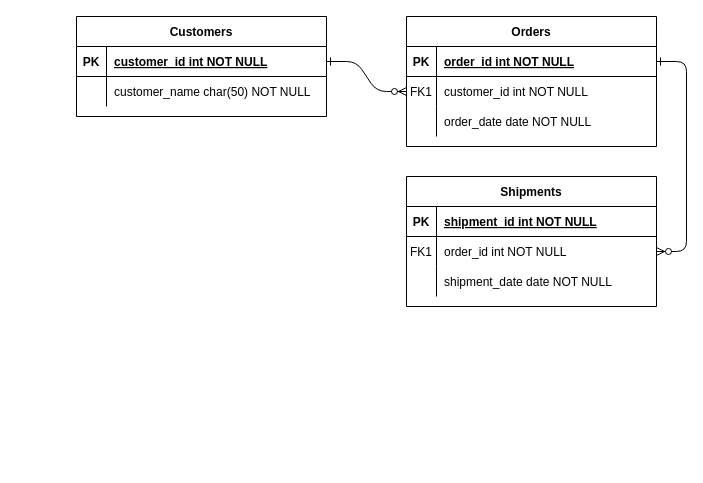
Before: bootcamp.drawio in devesh-iitism/Yahtzee, a draw.io diagram. Source tidied: cells renumbered, new cells numbered last; positions are measured from the earlier drawing's top-left corner, leaving out a move shared by most shapes. Both pictures are drawn from the tidied source at 100%, with x=0, y=0 at pixel (76, 16).
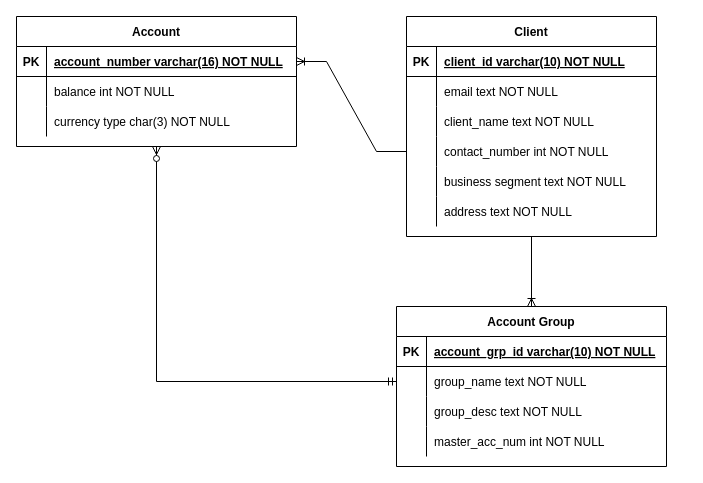
Above is the later version.

The change refers to these unchanged cells:
```xml
<mxCell id="5" style="shape=partialRectangle;fillColor=none;points=[[0,0.5],[1,0.5]];portConstraint=eastwest;top=0;left=0;right=0;bottom=1;" parent="4" vertex="1">
  <mxGeometry y="30" width="250" height="30" as="geometry" />
</mxCell>
<mxCell id="8" style="shape=partialRectangle;fillColor=none;points=[[0,0.5],[1,0.5]];portConstraint=eastwest;top=0;left=0;right=0;bottom=0;" parent="4" vertex="1">
  <mxGeometry y="60" width="250" height="30" as="geometry" />
</mxCell>
<mxCell id="11" style="shape=partialRectangle;fillColor=none;top=0;left=0;right=0;bottom=0;" parent="4" vertex="1">
  <mxGeometry y="90" width="250" height="30" as="geometry" />
</mxCell>
```

Diff of the diagram source:
```diff
@@
-    <mxCell id="2" style="edgeStyle=entityRelationEdgeStyle;endArrow=ERzeroToMany;startArrow=ERone;endFill=1;startFill=0;" parent="1" edge="1" source="25" target="8">
-      <mxGeometry relative="1" as="geometry" />
-    </mxCell>
-    <mxCell id="3" style="edgeStyle=entityRelationEdgeStyle;endArrow=ERzeroToMany;startArrow=ERone;endFill=1;startFill=0;" parent="1" edge="1" source="5" target="18">
-      <mxGeometry relative="1" as="geometry" />
-    </mxCell>
-    <mxCell id="4" value="Orders" style="shape=table;startSize=30;childLayout=tableLayout;rowLines=0;fontStyle=1;align=center;" parent="1" vertex="1">
-      <mxGeometry x="330" width="250" height="130" as="geometry" />
+    <mxCell id="4" value="Client" style="shape=table;startSize=30;childLayout=tableLayout;rowLines=0;fontStyle=1;align=center;" parent="1" vertex="1">
+      <mxGeometry x="330" width="250" height="220" as="geometry" />
     </mxCell>
@@
-    <mxCell id="7" value="order_id int NOT NULL " style="shape=partialRectangle;overflow=hidden;fillColor=none;top=0;left=0;bottom=0;right=0;align=left;spacingLeft=6;fontStyle=5;" parent="5" vertex="1">
+    <mxCell id="7" value="client_id varchar(10) NOT NULL" style="shape=partialRectangle;overflow=hidden;fillColor=none;top=0;left=0;bottom=0;right=0;align=left;spacingLeft=6;fontStyle=5;" parent="5" vertex="1">
       <mxGeometry x="30" width="220" height="30" as="geometry" />
     </mxCell>
@@
-    <mxCell id="9" value="FK1" style="shape=partialRectangle;overflow=hidden;fillColor=none;top=0;left=0;bottom=0;right=0;" parent="8" vertex="1">
+    <mxCell id="9" style="shape=partialRectangle;overflow=hidden;fillColor=none;top=0;left=0;bottom=0;right=0;" parent="8" vertex="1">
       <mxGeometry width="30" height="30" as="geometry" />
     </mxCell>
-    <mxCell id="10" value="customer_id int NOT NULL" style="shape=partialRectangle;overflow=hidden;fillColor=none;top=0;left=0;bottom=0;right=0;align=left;spacingLeft=6;" parent="8" vertex="1">
+    <mxCell id="10" value="email text NOT NULL" style="shape=partialRectangle;overflow=hidden;fillColor=none;top=0;left=0;bottom=0;right=0;align=left;spacingLeft=6;" parent="8" vertex="1">
       <mxGeometry x="30" width="220" height="30" as="geometry" />
     </mxCell>
@@
-    <mxCell id="13" value="order_date date NOT NULL" style="shape=partialRectangle;overflow=hidden;fillColor=none;top=0;left=0;bottom=0;right=0;align=left;spacingLeft=6;" parent="11" vertex="1">
+    <mxCell id="13" value="client_name text NOT NULL" style="shape=partialRectangle;overflow=hidden;fillColor=none;top=0;left=0;bottom=0;right=0;align=left;spacingLeft=6;" parent="11" vertex="1">
       <mxGeometry x="30" width="220" height="30" as="geometry" />
     </mxCell>
+    <mxCell id="31" style="shape=partialRectangle;fillColor=none;points=[[0,0.5],[1,0.5]];portConstraint=eastwest;top=0;left=0;right=0;bottom=0;" parent="4" vertex="1">
+      <mxGeometry y="120" width="250" height="30" as="geometry" />
+    </mxCell>
+    <mxCell id="32" style="shape=partialRectangle;overflow=hidden;fillColor=none;top=0;left=0;bottom=0;right=0;" parent="31" vertex="1">
+      <mxGeometry width="30" height="30" as="geometry" />
+    </mxCell>
+    <mxCell id="33" value="contact_number int NOT NULL" style="shape=partialRectangle;overflow=hidden;fillColor=none;top=0;left=0;bottom=0;right=0;align=left;spacingLeft=6;" parent="31" vertex="1">
+      <mxGeometry x="30" width="220" height="30" as="geometry" />
+    </mxCell>
+    <mxCell id="34" style="shape=partialRectangle;fillColor=none;top=0;left=0;right=0;bottom=0;" parent="4" vertex="1">
+      <mxGeometry y="150" width="250" height="30" as="geometry" />
+    </mxCell>
+    <mxCell id="35" style="shape=partialRectangle;overflow=hidden;fillColor=none;top=0;left=0;bottom=0;right=0;" parent="34" vertex="1">
+      <mxGeometry width="30" height="30" as="geometry" />
+    </mxCell>
+    <mxCell id="36" value="business segment text NOT NULL" style="shape=partialRectangle;overflow=hidden;fillColor=none;top=0;left=0;bottom=0;right=0;align=left;spacingLeft=6;" parent="34" vertex="1">
+      <mxGeometry x="30" width="220" height="30" as="geometry" />
+    </mxCell>
+    <mxCell id="37" style="shape=partialRectangle;fillColor=none;top=0;left=0;right=0;bottom=0;" parent="4" vertex="1">
+      <mxGeometry y="180" width="250" height="30" as="geometry" />
+    </mxCell>
+    <mxCell id="38" style="shape=partialRectangle;overflow=hidden;fillColor=none;top=0;left=0;bottom=0;right=0;" parent="37" vertex="1">
+      <mxGeometry width="30" height="30" as="geometry" />
+    </mxCell>
+    <mxCell id="39" value="address text NOT NULL" style="shape=partialRectangle;overflow=hidden;fillColor=none;top=0;left=0;bottom=0;right=0;align=left;spacingLeft=6;" parent="37" vertex="1">
+      <mxGeometry x="30" width="220" height="30" as="geometry" />
+    </mxCell>
-    <mxCell id="14" value="Shipments" style="shape=table;startSize=30;childLayout=tableLayout;rowLines=0;fontStyle=1;align=center;" parent="1" vertex="1">
-      <mxGeometry x="330" y="160" width="250" height="130" as="geometry" />
+    <mxCell id="14" value="Account Group" style="shape=table;startSize=30;childLayout=tableLayout;rowLines=0;fontStyle=1;align=center;" parent="1" vertex="1">
+      <mxGeometry x="320" y="290" width="270" height="160" as="geometry" />
     </mxCell>
     <mxCell id="15" style="shape=partialRectangle;fillColor=none;top=0;left=0;right=0;bottom=1;" parent="14" vertex="1">
-      <mxGeometry y="30" width="250" height="30" as="geometry" />
+      <mxGeometry y="30" width="270" height="30" as="geometry" />
     </mxCell>
@@
-    <mxCell id="17" value="shipment_id int NOT NULL " style="shape=partialRectangle;overflow=hidden;fillColor=none;top=0;left=0;bottom=0;right=0;align=left;spacingLeft=6;fontStyle=5;" parent="15" vertex="1">
-      <mxGeometry x="30" width="220" height="30" as="geometry" />
+    <mxCell id="17" value="account_grp_id varchar(10) NOT NULL" style="shape=partialRectangle;overflow=hidden;fillColor=none;top=0;left=0;bottom=0;right=0;align=left;spacingLeft=6;fontStyle=5;" parent="15" vertex="1">
+      <mxGeometry x="30" width="240" height="30" as="geometry" />
     </mxCell>
     <mxCell id="18" style="shape=partialRectangle;fillColor=none;points=[[0,0.5],[1,0.5]];portConstraint=eastwest;top=0;left=0;right=0;bottom=0;" parent="14" vertex="1">
-      <mxGeometry y="60" width="250" height="30" as="geometry" />
+      <mxGeometry y="60" width="270" height="30" as="geometry" />
     </mxCell>
-    <mxCell id="19" value="FK1" style="shape=partialRectangle;overflow=hidden;fillColor=none;top=0;left=0;bottom=0;right=0;" parent="18" vertex="1">
+    <mxCell id="19" style="shape=partialRectangle;overflow=hidden;fillColor=none;top=0;left=0;bottom=0;right=0;" parent="18" vertex="1">
       <mxGeometry width="30" height="30" as="geometry" />
     </mxCell>
-    <mxCell id="20" value="order_id int NOT NULL" style="shape=partialRectangle;overflow=hidden;fillColor=none;top=0;left=0;bottom=0;right=0;align=left;spacingLeft=6;" parent="18" vertex="1">
-      <mxGeometry x="30" width="220" height="30" as="geometry" />
+    <mxCell id="20" value="group_name text NOT NULL" style="shape=partialRectangle;overflow=hidden;fillColor=none;top=0;left=0;bottom=0;right=0;align=left;spacingLeft=6;" parent="18" vertex="1">
+      <mxGeometry x="30" width="240" height="30" as="geometry" />
     </mxCell>
     <mxCell id="21" style="shape=partialRectangle;fillColor=none;top=0;left=0;right=0;bottom=0;" parent="14" vertex="1">
-      <mxGeometry y="90" width="250" height="30" as="geometry" />
+      <mxGeometry y="90" width="270" height="30" as="geometry" />
     </mxCell>
@@
-    <mxCell id="23" value="shipment_date date NOT NULL" style="shape=partialRectangle;overflow=hidden;fillColor=none;top=0;left=0;bottom=0;right=0;align=left;spacingLeft=6;" parent="21" vertex="1">
-      <mxGeometry x="30" width="220" height="30" as="geometry" />
+    <mxCell id="23" value="group_desc text NOT NULL" style="shape=partialRectangle;overflow=hidden;fillColor=none;top=0;left=0;bottom=0;right=0;align=left;spacingLeft=6;" parent="21" vertex="1">
+      <mxGeometry x="30" width="240" height="30" as="geometry" />
     </mxCell>
+    <mxCell id="40" style="shape=partialRectangle;fillColor=none;top=0;left=0;right=0;bottom=0;" parent="14" vertex="1">
+      <mxGeometry y="120" width="270" height="30" as="geometry" />
+    </mxCell>
+    <mxCell id="41" style="shape=partialRectangle;overflow=hidden;fillColor=none;top=0;left=0;bottom=0;right=0;" parent="40" vertex="1">
+      <mxGeometry width="30" height="30" as="geometry" />
+    </mxCell>
+    <mxCell id="42" value="master_acc_num int NOT NULL" style="shape=partialRectangle;overflow=hidden;fillColor=none;top=0;left=0;bottom=0;right=0;align=left;spacingLeft=6;" parent="40" vertex="1">
+      <mxGeometry x="30" width="240" height="30" as="geometry" />
+    </mxCell>
-    <mxCell id="24" value="Customers" style="shape=table;startSize=30;childLayout=tableLayout;rowLines=0;fontStyle=1;align=center;" parent="1" vertex="1">
-      <mxGeometry width="250" height="100" as="geometry" />
+    <mxCell id="24" value="Account" style="shape=table;startSize=30;childLayout=tableLayout;rowLines=0;fontStyle=1;align=center;" parent="1" vertex="1">
+      <mxGeometry x="-60" width="280" height="130" as="geometry" />
     </mxCell>
     <mxCell id="25" style="shape=partialRectangle;fillColor=none;points=[[0,0.5],[1,0.5]];portConstraint=eastwest;top=0;left=0;right=0;bottom=1;" parent="24" vertex="1">
-      <mxGeometry y="30" width="250" height="30" as="geometry" />
+      <mxGeometry y="30" width="280" height="30" as="geometry" />
     </mxCell>
@@
-    <mxCell id="27" value="customer_id int NOT NULL " style="shape=partialRectangle;overflow=hidden;fillColor=none;top=0;left=0;bottom=0;right=0;align=left;spacingLeft=6;fontStyle=5;" parent="25" vertex="1">
-      <mxGeometry x="30" width="220" height="30" as="geometry" />
+    <mxCell id="27" value="account_number varchar(16) NOT NULL " style="shape=partialRectangle;overflow=hidden;fillColor=none;top=0;left=0;bottom=0;right=0;align=left;spacingLeft=6;fontStyle=5;" parent="25" vertex="1">
+      <mxGeometry x="30" width="250" height="30" as="geometry" />
     </mxCell>
-    <mxCell id="28" style="shape=partialRectangle;fillColor=none;top=0;left=0;right=0;bottom=0;" parent="24" vertex="1">
-      <mxGeometry y="60" width="250" height="30" as="geometry" />
-    </mxCell>
-    <mxCell id="29" style="shape=partialRectangle;overflow=hidden;fillColor=none;top=0;left=0;bottom=0;right=0;" parent="28" vertex="1">
-      <mxGeometry width="30" height="30" as="geometry" />
-    </mxCell>
-    <mxCell id="30" value="customer_name char(50) NOT NULL" style="shape=partialRectangle;overflow=hidden;fillColor=none;top=0;left=0;bottom=0;right=0;align=left;spacingLeft=6;" parent="28" vertex="1">
-      <mxGeometry x="30" width="220" height="30" as="geometry" />
-    </mxCell>
+    <mxCell id="43" style="shape=partialRectangle;fillColor=none;top=0;left=0;right=0;bottom=0;" parent="24" vertex="1">
+      <mxGeometry y="60" width="280" height="30" as="geometry" />
+    </mxCell>
+    <mxCell id="44" style="shape=partialRectangle;overflow=hidden;fillColor=none;top=0;left=0;bottom=0;right=0;" parent="43" vertex="1">
+      <mxGeometry width="30" height="30" as="geometry" />
+    </mxCell>
+    <mxCell id="45" value="balance int NOT NULL" style="shape=partialRectangle;overflow=hidden;fillColor=none;top=0;left=0;bottom=0;right=0;align=left;spacingLeft=6;" parent="43" vertex="1">
+      <mxGeometry x="30" width="250" height="30" as="geometry" />
+    </mxCell>
+    <mxCell id="46" style="shape=partialRectangle;fillColor=none;top=0;left=0;right=0;bottom=0;" parent="24" vertex="1">
+      <mxGeometry y="90" width="280" height="30" as="geometry" />
+    </mxCell>
+    <mxCell id="47" style="shape=partialRectangle;overflow=hidden;fillColor=none;top=0;left=0;bottom=0;right=0;" parent="46" vertex="1">
+      <mxGeometry width="30" height="30" as="geometry" />
+    </mxCell>
+    <mxCell id="48" value="currency type char(3) NOT NULL" style="shape=partialRectangle;overflow=hidden;fillColor=none;top=0;left=0;bottom=0;right=0;align=left;spacingLeft=6;" parent="46" vertex="1">
+      <mxGeometry x="30" width="250" height="30" as="geometry" />
+    </mxCell>
+    <mxCell id="49" style="edgeStyle=entityRelationEdgeStyle;fontSize=12;html=1;endArrow=ERoneToMany;rounded=0;entryX=1;entryY=0.5;entryDx=0;entryDy=0;exitX=0;exitY=0.5;exitDx=0;exitDy=0;" parent="1" edge="1" source="31" target="25">
+      <mxGeometry relative="1" as="geometry" />
+    </mxCell>
+    <mxCell id="50" style="edgeStyle=elbowEdgeStyle;fontSize=12;html=1;endArrow=ERzeroToMany;startArrow=ERmandOne;rounded=0;exitX=0;exitY=0.5;exitDx=0;exitDy=0;entryX=0.5;entryY=1;entryDx=0;entryDy=0;" parent="1" edge="1" source="18" target="24">
+      <mxGeometry relative="1" as="geometry">
+        <Array as="points">
+          <mxPoint x="80" y="160" />
+          <mxPoint x="200" y="270" />
+        </Array>
+      </mxGeometry>
+    </mxCell>
+    <mxCell id="51" style="fontSize=12;html=1;endArrow=ERoneToMany;rounded=0;exitX=0.5;exitY=1;exitDx=0;exitDy=0;" parent="1" edge="1" source="4" target="14">
+      <mxGeometry relative="1" as="geometry" />
+    </mxCell>
```
